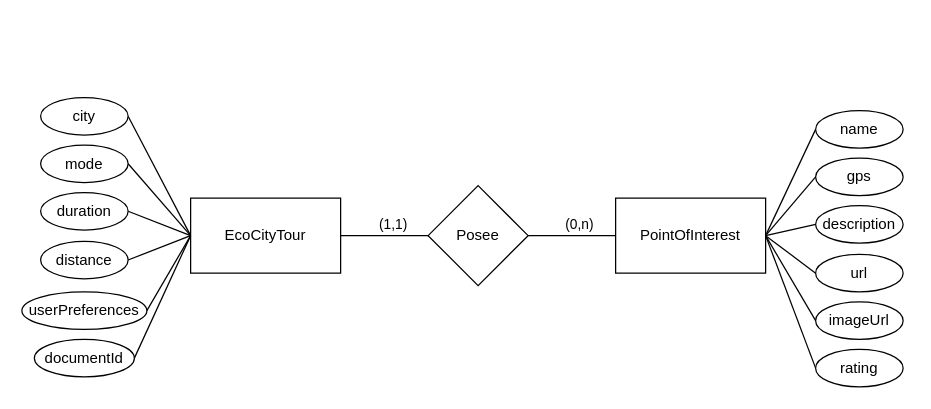
Earlier version of the draw.io diagram project-docs/memoriaTFGII_FPisot/diagrams/entidades.drawio (fps1001/TFGII_FPisot). Source tidied: cells renumbered, new cells numbered last; positions are measured from the earlier drawing's top-left corner, leaving out a move shared by most shapes. Both pictures are drawn from the tidied source at 125%, with x=0, y=0 at pixel (21, 98).
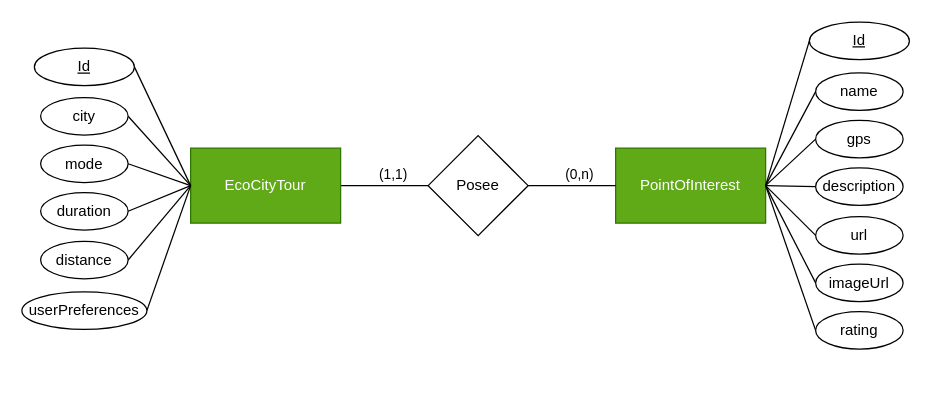
After the change.

The change refers to these unchanged cells:
```xml
<mxCell id="26" value="distance" style="ellipse;whiteSpace=wrap;html=1;" parent="1" vertex="1">
  <mxGeometry x="15" y="114.5" width="70" height="30" as="geometry" />
</mxCell>
<mxCell id="32" value="mode" style="ellipse;whiteSpace=wrap;html=1;" parent="1" vertex="1">
  <mxGeometry x="15" y="37.5" width="70" height="30" as="geometry" />
</mxCell>
```

What changed in the source:
```diff
@@
-    <mxCell id="4" value="EcoCityTour" style="rounded=0;whiteSpace=wrap;html=1;" parent="1" vertex="1">
-      <mxGeometry x="135" y="80" width="120" height="60" as="geometry" />
+    <mxCell id="4" value="EcoCityTour" style="rounded=0;whiteSpace=wrap;html=1;fillColor=#60a917;fontColor=#ffffff;strokeColor=#2D7600;" parent="1" vertex="1">
+      <mxGeometry x="135" y="40" width="120" height="60" as="geometry" />
     </mxCell>
-    <mxCell id="5" value="PointOfInterest" style="rounded=0;whiteSpace=wrap;html=1;" parent="1" vertex="1">
-      <mxGeometry x="475" y="80" width="120" height="60" as="geometry" />
+    <mxCell id="5" value="PointOfInterest" style="rounded=0;whiteSpace=wrap;html=1;fillColor=#60a917;fontColor=#ffffff;strokeColor=#2D7600;" parent="1" vertex="1">
+      <mxGeometry x="475" y="40" width="120" height="60" as="geometry" />
     </mxCell>
@@
     <mxCell id="8" value="Posee" style="rhombus;whiteSpace=wrap;html=1;" parent="1" vertex="1">
-      <mxGeometry x="325" y="70" width="80" height="80" as="geometry" />
+      <mxGeometry x="325" y="30" width="80" height="80" as="geometry" />
     </mxCell>
@@
     <mxCell id="10" value="name" style="ellipse;whiteSpace=wrap;html=1;" parent="1" vertex="1">
-      <mxGeometry x="635" y="10" width="70" height="30" as="geometry" />
+      <mxGeometry x="635" y="-20.2" width="70" height="30" as="geometry" />
     </mxCell>
@@
     <mxCell id="12" value="description" style="ellipse;whiteSpace=wrap;html=1;" parent="1" vertex="1">
-      <mxGeometry x="635" y="86" width="70" height="30" as="geometry" />
+      <mxGeometry x="635" y="55.8" width="70" height="30" as="geometry" />
     </mxCell>
-    <mxCell id="13" style="edgeStyle=none;html=1;exitX=0;exitY=0.5;exitDx=0;exitDy=0;endArrow=none;endFill=0;" parent="1" edge="1" source="14">
-      <mxGeometry relative="1" as="geometry">
-        <mxPoint x="595" y="110" as="targetPoint" />
-      </mxGeometry>
+    <mxCell id="13" style="edgeStyle=none;html=1;exitX=0;exitY=0.5;exitDx=0;exitDy=0;endArrow=none;endFill=0;entryX=1;entryY=0.5;entryDx=0;entryDy=0;" parent="1" edge="1" source="14" target="5">
+      <mxGeometry relative="1" as="geometry" />
     </mxCell>
     <mxCell id="14" value="url" style="ellipse;whiteSpace=wrap;html=1;" parent="1" vertex="1">
-      <mxGeometry x="635" y="125" width="70" height="30" as="geometry" />
+      <mxGeometry x="635" y="94.8" width="70" height="30" as="geometry" />
     </mxCell>
-    <mxCell id="15" style="edgeStyle=none;html=1;exitX=0;exitY=0.5;exitDx=0;exitDy=0;endArrow=none;endFill=0;" parent="1" edge="1" source="16">
-      <mxGeometry relative="1" as="geometry">
-        <mxPoint x="595" y="110" as="targetPoint" />
-      </mxGeometry>
+    <mxCell id="15" style="edgeStyle=none;html=1;exitX=0;exitY=0.5;exitDx=0;exitDy=0;endArrow=none;endFill=0;entryX=1;entryY=0.5;entryDx=0;entryDy=0;" parent="1" edge="1" source="16" target="5">
+      <mxGeometry relative="1" as="geometry" />
     </mxCell>
     <mxCell id="16" value="imageUrl" style="ellipse;whiteSpace=wrap;html=1;" parent="1" vertex="1">
-      <mxGeometry x="635" y="163" width="70" height="30" as="geometry" />
+      <mxGeometry x="635" y="132.8" width="70" height="30" as="geometry" />
     </mxCell>
-    <mxCell id="17" style="edgeStyle=none;html=1;exitX=0;exitY=0.5;exitDx=0;exitDy=0;endArrow=none;endFill=0;" parent="1" edge="1" source="18">
-      <mxGeometry relative="1" as="geometry">
-        <mxPoint x="595" y="110" as="targetPoint" />
-      </mxGeometry>
+    <mxCell id="17" style="edgeStyle=none;html=1;exitX=0;exitY=0.5;exitDx=0;exitDy=0;endArrow=none;endFill=0;entryX=1;entryY=0.5;entryDx=0;entryDy=0;" parent="1" edge="1" source="18" target="5">
+      <mxGeometry relative="1" as="geometry" />
     </mxCell>
     <mxCell id="18" value="rating" style="ellipse;whiteSpace=wrap;html=1;" parent="1" vertex="1">
-      <mxGeometry x="635" y="201" width="70" height="30" as="geometry" />
+      <mxGeometry x="635" y="170.8" width="70" height="30" as="geometry" />
     </mxCell>
@@
     <mxCell id="20" value="gps" style="ellipse;whiteSpace=wrap;html=1;" parent="1" vertex="1">
-      <mxGeometry x="635" y="48" width="70" height="30" as="geometry" />
+      <mxGeometry x="635" y="17.8" width="70" height="30" as="geometry" />
     </mxCell>
@@
-    <mxCell id="25" style="edgeStyle=none;html=1;exitX=1;exitY=0.5;exitDx=0;exitDy=0;endArrow=none;endFill=0;" parent="1" edge="1" source="26">
-      <mxGeometry relative="1" as="geometry">
-        <mxPoint x="135" y="110" as="targetPoint" />
-      </mxGeometry>
+    <mxCell id="25" style="edgeStyle=none;html=1;exitX=1;exitY=0.5;exitDx=0;exitDy=0;endArrow=none;endFill=0;entryX=0;entryY=0.5;entryDx=0;entryDy=0;" parent="1" edge="1" source="26" target="4">
+      <mxGeometry relative="1" as="geometry" />
     </mxCell>
@@
-    <mxCell id="29" style="edgeStyle=none;html=1;exitX=1;exitY=0.5;exitDx=0;exitDy=0;endArrow=none;endFill=0;" parent="1" edge="1" source="30">
-      <mxGeometry relative="1" as="geometry">
-        <mxPoint x="135" y="110" as="targetPoint" />
-      </mxGeometry>
+    <mxCell id="29" style="edgeStyle=none;html=1;exitX=1;exitY=0.5;exitDx=0;exitDy=0;endArrow=none;endFill=0;entryX=0;entryY=0.5;entryDx=0;entryDy=0;" parent="1" edge="1" source="30" target="4">
+      <mxGeometry relative="1" as="geometry" />
     </mxCell>
-    <mxCell id="30" value="documentId" style="ellipse;whiteSpace=wrap;html=1;" parent="1" vertex="1">
-      <mxGeometry x="10" y="193" width="80" height="30" as="geometry" />
+    <mxCell id="30" value="&lt;u&gt;Id&lt;/u&gt;" style="ellipse;whiteSpace=wrap;html=1;" parent="1" vertex="1">
+      <mxGeometry x="10" y="-40" width="80" height="30" as="geometry" />
     </mxCell>
-    <mxCell id="31" style="edgeStyle=none;html=1;exitX=1;exitY=0.5;exitDx=0;exitDy=0;endArrow=none;endFill=0;" parent="1" edge="1" source="32">
-      <mxGeometry relative="1" as="geometry">
-        <mxPoint x="135" y="110" as="targetPoint" />
-      </mxGeometry>
+    <mxCell id="31" style="edgeStyle=none;html=1;exitX=1;exitY=0.5;exitDx=0;exitDy=0;endArrow=none;endFill=0;entryX=0;entryY=0.5;entryDx=0;entryDy=0;" parent="1" edge="1" source="32" target="4">
+      <mxGeometry relative="1" as="geometry" />
     </mxCell>
@@
+    <mxCell id="33" style="edgeStyle=none;html=1;exitX=0;exitY=0.5;exitDx=0;exitDy=0;entryX=1;entryY=0.5;entryDx=0;entryDy=0;endArrow=none;endFill=0;" parent="1" edge="1" source="34" target="5">
+      <mxGeometry relative="1" as="geometry" />
+    </mxCell>
+    <mxCell id="34" value="&lt;u&gt;Id&lt;/u&gt;" style="ellipse;whiteSpace=wrap;html=1;" parent="1" vertex="1">
+      <mxGeometry x="630" y="-60.8" width="80" height="30" as="geometry" />
+    </mxCell>
```
